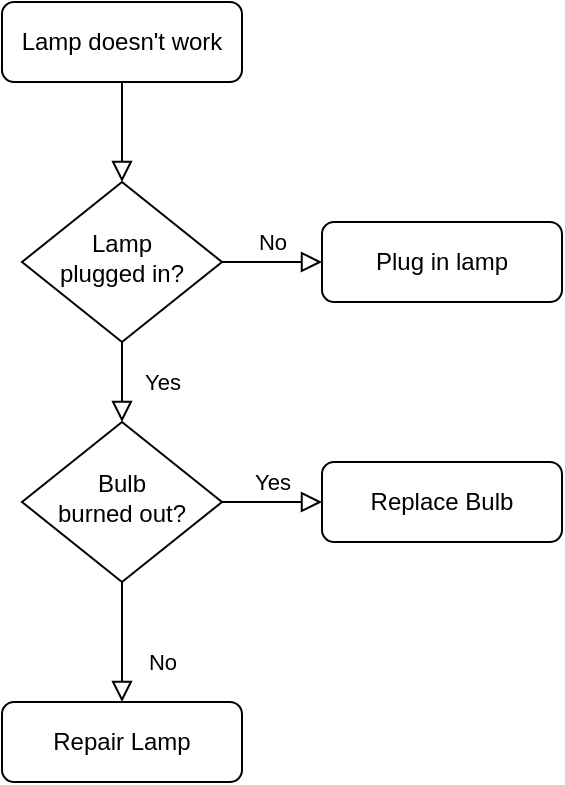
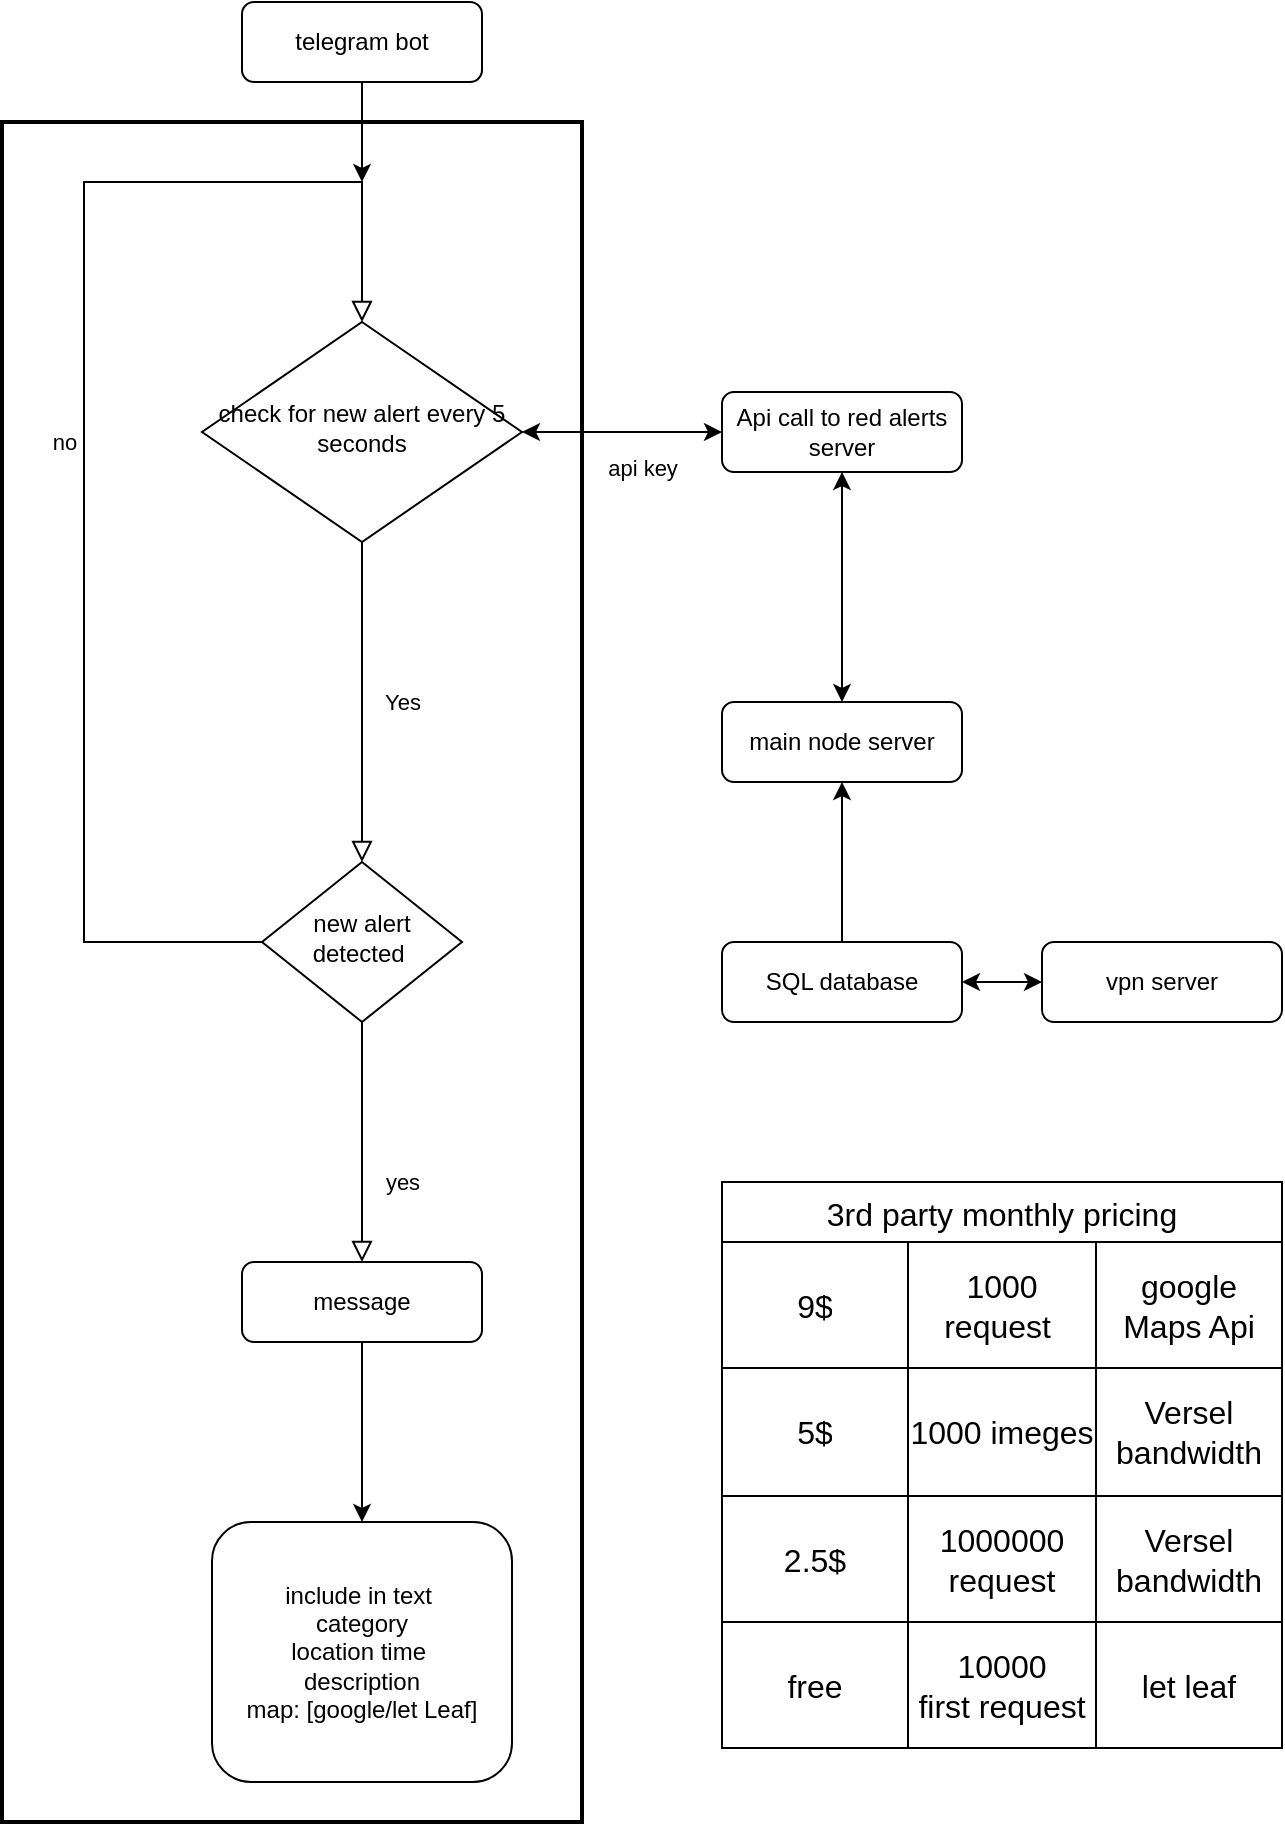
<mxfile host="app.diagrams.net" agent="Mozilla/5.0 (Windows NT 10.0; Win64; x64) AppleWebKit/537.36 (KHTML, like Gecko) Chrome/130.0.0.0 Safari/537.36 Edg/130.0.0.0" version="24.8.0">
  <diagram id="C5RBs43oDa-KdzZeNtuy" name="Page-1">
-     <mxGraphModel dx="1223" dy="898" grid="1" gridSize="10" guides="1" tooltips="1" connect="1" arrows="1" fold="1" page="1" pageScale="1" pageWidth="827" pageHeight="1169" math="0" shadow="0">
+     <mxGraphModel dx="1722" dy="923" grid="1" gridSize="10" guides="1" tooltips="1" connect="1" arrows="1" fold="1" page="1" pageScale="1" pageWidth="827" pageHeight="1169" math="0" shadow="0">
      <root>
        <mxCell id="WIyWlLk6GJQsqaUBKTNV-0" />
        <mxCell id="WIyWlLk6GJQsqaUBKTNV-1" parent="WIyWlLk6GJQsqaUBKTNV-0" />
-         <mxCell id="WIyWlLk6GJQsqaUBKTNV-2" value="" style="rounded=0;html=1;jettySize=auto;orthogonalLoop=1;fontSize=11;endArrow=block;endFill=0;endSize=8;strokeWidth=1;shadow=0;labelBackgroundColor=none;edgeStyle=orthogonalEdgeStyle;" parent="WIyWlLk6GJQsqaUBKTNV-1" source="WIyWlLk6GJQsqaUBKTNV-3" target="WIyWlLk6GJQsqaUBKTNV-6" edge="1">
-           <mxGeometry relative="1" as="geometry" />
-         </mxCell>
-         <mxCell id="WIyWlLk6GJQsqaUBKTNV-3" value="Lamp doesn&#39;t work" style="rounded=1;whiteSpace=wrap;html=1;fontSize=12;glass=0;strokeWidth=1;shadow=0;" parent="WIyWlLk6GJQsqaUBKTNV-1" vertex="1">
-           <mxGeometry x="160" y="80" width="120" height="40" as="geometry" />
+         <mxCell id="WIyWlLk6GJQsqaUBKTNV-3" value="include in text&amp;nbsp;&lt;br&gt;category&lt;div&gt;location time&amp;nbsp;&lt;br&gt;description&lt;br&gt;map: [google/let Leaf]&lt;/div&gt;" style="rounded=1;whiteSpace=wrap;html=1;fontSize=12;glass=0;strokeWidth=1;shadow=0;" parent="WIyWlLk6GJQsqaUBKTNV-1" vertex="1">
+           <mxGeometry x="145" y="770" width="150" height="130" as="geometry" />
        </mxCell>
        <mxCell id="WIyWlLk6GJQsqaUBKTNV-4" value="Yes" style="rounded=0;html=1;jettySize=auto;orthogonalLoop=1;fontSize=11;endArrow=block;endFill=0;endSize=8;strokeWidth=1;shadow=0;labelBackgroundColor=none;edgeStyle=orthogonalEdgeStyle;" parent="WIyWlLk6GJQsqaUBKTNV-1" source="WIyWlLk6GJQsqaUBKTNV-6" target="WIyWlLk6GJQsqaUBKTNV-10" edge="1">
          <mxGeometry y="20" relative="1" as="geometry">
            <mxPoint as="offset" />
          </mxGeometry>
        </mxCell>
-         <mxCell id="WIyWlLk6GJQsqaUBKTNV-5" value="No" style="edgeStyle=orthogonalEdgeStyle;rounded=0;html=1;jettySize=auto;orthogonalLoop=1;fontSize=11;endArrow=block;endFill=0;endSize=8;strokeWidth=1;shadow=0;labelBackgroundColor=none;" parent="WIyWlLk6GJQsqaUBKTNV-1" source="WIyWlLk6GJQsqaUBKTNV-6" target="WIyWlLk6GJQsqaUBKTNV-7" edge="1">
-           <mxGeometry y="10" relative="1" as="geometry">
-             <mxPoint as="offset" />
-           </mxGeometry>
+         <mxCell id="WIyWlLk6GJQsqaUBKTNV-6" value="check for new alert every 5 seconds" style="rhombus;whiteSpace=wrap;html=1;shadow=0;fontFamily=Helvetica;fontSize=12;align=center;strokeWidth=1;spacing=6;spacingTop=-4;" parent="WIyWlLk6GJQsqaUBKTNV-1" vertex="1">
+           <mxGeometry x="140" y="170" width="160" height="110" as="geometry" />
        </mxCell>
-         <mxCell id="WIyWlLk6GJQsqaUBKTNV-6" value="Lamp&lt;br&gt;plugged in?" style="rhombus;whiteSpace=wrap;html=1;shadow=0;fontFamily=Helvetica;fontSize=12;align=center;strokeWidth=1;spacing=6;spacingTop=-4;" parent="WIyWlLk6GJQsqaUBKTNV-1" vertex="1">
-           <mxGeometry x="170" y="170" width="100" height="80" as="geometry" />
+         <mxCell id="WIyWlLk6GJQsqaUBKTNV-7" value="Api call to red alerts server" style="rounded=1;whiteSpace=wrap;html=1;fontSize=12;glass=0;strokeWidth=1;shadow=0;" parent="WIyWlLk6GJQsqaUBKTNV-1" vertex="1">
+           <mxGeometry x="400" y="205" width="120" height="40" as="geometry" />
        </mxCell>
-         <mxCell id="WIyWlLk6GJQsqaUBKTNV-7" value="Plug in lamp" style="rounded=1;whiteSpace=wrap;html=1;fontSize=12;glass=0;strokeWidth=1;shadow=0;" parent="WIyWlLk6GJQsqaUBKTNV-1" vertex="1">
-           <mxGeometry x="320" y="190" width="120" height="40" as="geometry" />
-         </mxCell>
-         <mxCell id="WIyWlLk6GJQsqaUBKTNV-8" value="No" style="rounded=0;html=1;jettySize=auto;orthogonalLoop=1;fontSize=11;endArrow=block;endFill=0;endSize=8;strokeWidth=1;shadow=0;labelBackgroundColor=none;edgeStyle=orthogonalEdgeStyle;" parent="WIyWlLk6GJQsqaUBKTNV-1" source="WIyWlLk6GJQsqaUBKTNV-10" target="WIyWlLk6GJQsqaUBKTNV-11" edge="1">
+         <mxCell id="WIyWlLk6GJQsqaUBKTNV-8" value="yes" style="rounded=0;html=1;jettySize=auto;orthogonalLoop=1;fontSize=11;endArrow=block;endFill=0;endSize=8;strokeWidth=1;shadow=0;labelBackgroundColor=none;edgeStyle=orthogonalEdgeStyle;" parent="WIyWlLk6GJQsqaUBKTNV-1" source="WIyWlLk6GJQsqaUBKTNV-10" target="WIyWlLk6GJQsqaUBKTNV-11" edge="1">
          <mxGeometry x="0.3333" y="20" relative="1" as="geometry">
            <mxPoint as="offset" />
          </mxGeometry>
        </mxCell>
-         <mxCell id="WIyWlLk6GJQsqaUBKTNV-9" value="Yes" style="edgeStyle=orthogonalEdgeStyle;rounded=0;html=1;jettySize=auto;orthogonalLoop=1;fontSize=11;endArrow=block;endFill=0;endSize=8;strokeWidth=1;shadow=0;labelBackgroundColor=none;" parent="WIyWlLk6GJQsqaUBKTNV-1" source="WIyWlLk6GJQsqaUBKTNV-10" target="WIyWlLk6GJQsqaUBKTNV-12" edge="1">
+         <mxCell id="WIyWlLk6GJQsqaUBKTNV-9" value="no" style="edgeStyle=orthogonalEdgeStyle;rounded=0;html=1;jettySize=auto;orthogonalLoop=1;fontSize=11;endArrow=block;endFill=0;endSize=8;strokeWidth=1;shadow=0;labelBackgroundColor=none;entryX=0.5;entryY=0;entryDx=0;entryDy=0;" parent="WIyWlLk6GJQsqaUBKTNV-1" source="WIyWlLk6GJQsqaUBKTNV-10" target="WIyWlLk6GJQsqaUBKTNV-6" edge="1">
          <mxGeometry y="10" relative="1" as="geometry">
            <mxPoint as="offset" />
+             <mxPoint x="-30" y="480" as="sourcePoint" />
+             <mxPoint x="80" y="120" as="targetPoint" />
+             <Array as="points">
+               <mxPoint x="81" y="480" />
+               <mxPoint x="81" y="100" />
+               <mxPoint x="220" y="100" />
+             </Array>
          </mxGeometry>
        </mxCell>
-         <mxCell id="WIyWlLk6GJQsqaUBKTNV-10" value="Bulb&lt;br&gt;burned out?" style="rhombus;whiteSpace=wrap;html=1;shadow=0;fontFamily=Helvetica;fontSize=12;align=center;strokeWidth=1;spacing=6;spacingTop=-4;" parent="WIyWlLk6GJQsqaUBKTNV-1" vertex="1">
-           <mxGeometry x="170" y="290" width="100" height="80" as="geometry" />
+         <mxCell id="WIyWlLk6GJQsqaUBKTNV-10" value="new alert detected&amp;nbsp;" style="rhombus;whiteSpace=wrap;html=1;shadow=0;fontFamily=Helvetica;fontSize=12;align=center;strokeWidth=1;spacing=6;spacingTop=-4;" parent="WIyWlLk6GJQsqaUBKTNV-1" vertex="1">
+           <mxGeometry x="170" y="440" width="100" height="80" as="geometry" />
        </mxCell>
-         <mxCell id="WIyWlLk6GJQsqaUBKTNV-11" value="Repair Lamp" style="rounded=1;whiteSpace=wrap;html=1;fontSize=12;glass=0;strokeWidth=1;shadow=0;" parent="WIyWlLk6GJQsqaUBKTNV-1" vertex="1">
-           <mxGeometry x="160" y="430" width="120" height="40" as="geometry" />
+         <mxCell id="WIyWlLk6GJQsqaUBKTNV-11" value="message" style="rounded=1;whiteSpace=wrap;html=1;fontSize=12;glass=0;strokeWidth=1;shadow=0;" parent="WIyWlLk6GJQsqaUBKTNV-1" vertex="1">
+           <mxGeometry x="160" y="640" width="120" height="40" as="geometry" />
        </mxCell>
-         <mxCell id="WIyWlLk6GJQsqaUBKTNV-12" value="Replace Bulb" style="rounded=1;whiteSpace=wrap;html=1;fontSize=12;glass=0;strokeWidth=1;shadow=0;" parent="WIyWlLk6GJQsqaUBKTNV-1" vertex="1">
-           <mxGeometry x="320" y="310" width="120" height="40" as="geometry" />
+         <mxCell id="o7Rr8U4E7YIT74kEeJYw-4" style="edgeStyle=orthogonalEdgeStyle;rounded=0;orthogonalLoop=1;jettySize=auto;html=1;" edge="1" parent="WIyWlLk6GJQsqaUBKTNV-1" source="o7Rr8U4E7YIT74kEeJYw-0">
+           <mxGeometry relative="1" as="geometry">
+             <mxPoint x="220" y="100" as="targetPoint" />
+           </mxGeometry>
+         </mxCell>
+         <mxCell id="o7Rr8U4E7YIT74kEeJYw-0" value="telegram bot" style="rounded=1;whiteSpace=wrap;html=1;fontSize=12;glass=0;strokeWidth=1;shadow=0;" vertex="1" parent="WIyWlLk6GJQsqaUBKTNV-1">
+           <mxGeometry x="160" y="10" width="120" height="40" as="geometry" />
+         </mxCell>
+         <mxCell id="o7Rr8U4E7YIT74kEeJYw-1" value="" style="endArrow=classic;html=1;rounded=0;exitX=0.5;exitY=1;exitDx=0;exitDy=0;entryX=0.5;entryY=0;entryDx=0;entryDy=0;" edge="1" parent="WIyWlLk6GJQsqaUBKTNV-1" source="WIyWlLk6GJQsqaUBKTNV-11" target="WIyWlLk6GJQsqaUBKTNV-3">
+           <mxGeometry width="50" height="50" relative="1" as="geometry">
+             <mxPoint x="390" y="570" as="sourcePoint" />
+             <mxPoint x="440" y="520" as="targetPoint" />
+           </mxGeometry>
+         </mxCell>
+         <mxCell id="o7Rr8U4E7YIT74kEeJYw-2" value="" style="endArrow=classic;startArrow=classic;html=1;rounded=0;entryX=1;entryY=0.5;entryDx=0;entryDy=0;exitX=0;exitY=0.5;exitDx=0;exitDy=0;" edge="1" parent="WIyWlLk6GJQsqaUBKTNV-1" source="WIyWlLk6GJQsqaUBKTNV-7" target="WIyWlLk6GJQsqaUBKTNV-6">
+           <mxGeometry width="50" height="50" relative="1" as="geometry">
+             <mxPoint x="390" y="570" as="sourcePoint" />
+             <mxPoint x="440" y="520" as="targetPoint" />
+           </mxGeometry>
+         </mxCell>
+         <mxCell id="o7Rr8U4E7YIT74kEeJYw-15" value="api key" style="edgeLabel;html=1;align=center;verticalAlign=middle;resizable=0;points=[];" vertex="1" connectable="0" parent="o7Rr8U4E7YIT74kEeJYw-2">
+           <mxGeometry x="-0.3756" y="4" relative="1" as="geometry">
+             <mxPoint x="-9" y="14" as="offset" />
+           </mxGeometry>
+         </mxCell>
+         <mxCell id="o7Rr8U4E7YIT74kEeJYw-9" style="edgeStyle=orthogonalEdgeStyle;rounded=0;orthogonalLoop=1;jettySize=auto;html=1;entryX=0.5;entryY=1;entryDx=0;entryDy=0;" edge="1" parent="WIyWlLk6GJQsqaUBKTNV-1" source="o7Rr8U4E7YIT74kEeJYw-3" target="o7Rr8U4E7YIT74kEeJYw-5">
+           <mxGeometry relative="1" as="geometry" />
+         </mxCell>
+         <mxCell id="o7Rr8U4E7YIT74kEeJYw-3" value="SQL database" style="rounded=1;whiteSpace=wrap;html=1;fontSize=12;glass=0;strokeWidth=1;shadow=0;" vertex="1" parent="WIyWlLk6GJQsqaUBKTNV-1">
+           <mxGeometry x="400" y="480" width="120" height="40" as="geometry" />
+         </mxCell>
+         <mxCell id="o7Rr8U4E7YIT74kEeJYw-5" value="main node server" style="rounded=1;whiteSpace=wrap;html=1;fontSize=12;glass=0;strokeWidth=1;shadow=0;" vertex="1" parent="WIyWlLk6GJQsqaUBKTNV-1">
+           <mxGeometry x="400" y="360" width="120" height="40" as="geometry" />
+         </mxCell>
+         <mxCell id="o7Rr8U4E7YIT74kEeJYw-8" value="" style="endArrow=classic;startArrow=classic;html=1;rounded=0;entryX=0.5;entryY=1;entryDx=0;entryDy=0;exitX=0.5;exitY=0;exitDx=0;exitDy=0;" edge="1" parent="WIyWlLk6GJQsqaUBKTNV-1" source="o7Rr8U4E7YIT74kEeJYw-5" target="WIyWlLk6GJQsqaUBKTNV-7">
+           <mxGeometry width="50" height="50" relative="1" as="geometry">
+             <mxPoint x="370" y="235" as="sourcePoint" />
+             <mxPoint x="310" y="235" as="targetPoint" />
+           </mxGeometry>
+         </mxCell>
+         <mxCell id="o7Rr8U4E7YIT74kEeJYw-12" value="" style="strokeWidth=2;html=1;shape=mxgraph.flowchart.annotation_1;align=left;pointerEvents=1;" vertex="1" parent="WIyWlLk6GJQsqaUBKTNV-1">
+           <mxGeometry x="40" y="70" width="280" height="850" as="geometry" />
+         </mxCell>
+         <mxCell id="o7Rr8U4E7YIT74kEeJYw-13" value="" style="strokeWidth=2;html=1;shape=mxgraph.flowchart.annotation_1;align=left;pointerEvents=1;direction=west;" vertex="1" parent="WIyWlLk6GJQsqaUBKTNV-1">
+           <mxGeometry x="200" y="70" width="130" height="850" as="geometry" />
+         </mxCell>
+         <mxCell id="o7Rr8U4E7YIT74kEeJYw-16" value="vpn server" style="rounded=1;whiteSpace=wrap;html=1;fontSize=12;glass=0;strokeWidth=1;shadow=0;" vertex="1" parent="WIyWlLk6GJQsqaUBKTNV-1">
+           <mxGeometry x="560" y="480" width="120" height="40" as="geometry" />
+         </mxCell>
+         <mxCell id="o7Rr8U4E7YIT74kEeJYw-17" value="" style="endArrow=classic;startArrow=classic;html=1;rounded=0;entryX=0;entryY=0.5;entryDx=0;entryDy=0;exitX=1;exitY=0.5;exitDx=0;exitDy=0;" edge="1" parent="WIyWlLk6GJQsqaUBKTNV-1" source="o7Rr8U4E7YIT74kEeJYw-3" target="o7Rr8U4E7YIT74kEeJYw-16">
+           <mxGeometry width="50" height="50" relative="1" as="geometry">
+             <mxPoint x="390" y="220" as="sourcePoint" />
+             <mxPoint x="440" y="170" as="targetPoint" />
+           </mxGeometry>
+         </mxCell>
+         <mxCell id="o7Rr8U4E7YIT74kEeJYw-18" value="3rd party monthly pricing" style="shape=table;startSize=30;container=1;collapsible=0;childLayout=tableLayout;strokeColor=default;fontSize=16;" vertex="1" parent="WIyWlLk6GJQsqaUBKTNV-1">
+           <mxGeometry x="400" y="600" width="280" height="283" as="geometry" />
+         </mxCell>
+         <mxCell id="o7Rr8U4E7YIT74kEeJYw-19" value="" style="shape=tableRow;horizontal=0;startSize=0;swimlaneHead=0;swimlaneBody=0;strokeColor=inherit;top=0;left=0;bottom=0;right=0;collapsible=0;dropTarget=0;fillColor=none;points=[[0,0.5],[1,0.5]];portConstraint=eastwest;fontSize=16;" vertex="1" parent="o7Rr8U4E7YIT74kEeJYw-18">
+           <mxGeometry y="30" width="280" height="63" as="geometry" />
+         </mxCell>
+         <mxCell id="o7Rr8U4E7YIT74kEeJYw-20" value="9$" style="shape=partialRectangle;html=1;whiteSpace=wrap;connectable=0;strokeColor=inherit;overflow=hidden;fillColor=none;top=0;left=0;bottom=0;right=0;pointerEvents=1;fontSize=16;" vertex="1" parent="o7Rr8U4E7YIT74kEeJYw-19">
+           <mxGeometry width="93" height="63" as="geometry">
+             <mxRectangle width="93" height="63" as="alternateBounds" />
+           </mxGeometry>
+         </mxCell>
+         <mxCell id="o7Rr8U4E7YIT74kEeJYw-21" value="1000 request&amp;nbsp;" style="shape=partialRectangle;html=1;whiteSpace=wrap;connectable=0;strokeColor=inherit;overflow=hidden;fillColor=none;top=0;left=0;bottom=0;right=0;pointerEvents=1;fontSize=16;" vertex="1" parent="o7Rr8U4E7YIT74kEeJYw-19">
+           <mxGeometry x="93" width="94" height="63" as="geometry">
+             <mxRectangle width="94" height="63" as="alternateBounds" />
+           </mxGeometry>
+         </mxCell>
+         <mxCell id="o7Rr8U4E7YIT74kEeJYw-22" value="google Maps Api" style="shape=partialRectangle;html=1;whiteSpace=wrap;connectable=0;strokeColor=inherit;overflow=hidden;fillColor=none;top=0;left=0;bottom=0;right=0;pointerEvents=1;fontSize=16;" vertex="1" parent="o7Rr8U4E7YIT74kEeJYw-19">
+           <mxGeometry x="187" width="93" height="63" as="geometry">
+             <mxRectangle width="93" height="63" as="alternateBounds" />
+           </mxGeometry>
+         </mxCell>
+         <mxCell id="o7Rr8U4E7YIT74kEeJYw-23" value="" style="shape=tableRow;horizontal=0;startSize=0;swimlaneHead=0;swimlaneBody=0;strokeColor=inherit;top=0;left=0;bottom=0;right=0;collapsible=0;dropTarget=0;fillColor=none;points=[[0,0.5],[1,0.5]];portConstraint=eastwest;fontSize=16;" vertex="1" parent="o7Rr8U4E7YIT74kEeJYw-18">
+           <mxGeometry y="93" width="280" height="64" as="geometry" />
+         </mxCell>
+         <mxCell id="o7Rr8U4E7YIT74kEeJYw-24" value="5$" style="shape=partialRectangle;html=1;whiteSpace=wrap;connectable=0;strokeColor=inherit;overflow=hidden;fillColor=none;top=0;left=0;bottom=0;right=0;pointerEvents=1;fontSize=16;" vertex="1" parent="o7Rr8U4E7YIT74kEeJYw-23">
+           <mxGeometry width="93" height="64" as="geometry">
+             <mxRectangle width="93" height="64" as="alternateBounds" />
+           </mxGeometry>
+         </mxCell>
+         <mxCell id="o7Rr8U4E7YIT74kEeJYw-25" value="1000 imeges" style="shape=partialRectangle;html=1;whiteSpace=wrap;connectable=0;strokeColor=inherit;overflow=hidden;fillColor=none;top=0;left=0;bottom=0;right=0;pointerEvents=1;fontSize=16;" vertex="1" parent="o7Rr8U4E7YIT74kEeJYw-23">
+           <mxGeometry x="93" width="94" height="64" as="geometry">
+             <mxRectangle width="94" height="64" as="alternateBounds" />
+           </mxGeometry>
+         </mxCell>
+         <mxCell id="o7Rr8U4E7YIT74kEeJYw-26" value="Versel&lt;br&gt;bandwidth" style="shape=partialRectangle;html=1;whiteSpace=wrap;connectable=0;strokeColor=inherit;overflow=hidden;fillColor=none;top=0;left=0;bottom=0;right=0;pointerEvents=1;fontSize=16;" vertex="1" parent="o7Rr8U4E7YIT74kEeJYw-23">
+           <mxGeometry x="187" width="93" height="64" as="geometry">
+             <mxRectangle width="93" height="64" as="alternateBounds" />
+           </mxGeometry>
+         </mxCell>
+         <mxCell id="o7Rr8U4E7YIT74kEeJYw-27" value="" style="shape=tableRow;horizontal=0;startSize=0;swimlaneHead=0;swimlaneBody=0;strokeColor=inherit;top=0;left=0;bottom=0;right=0;collapsible=0;dropTarget=0;fillColor=none;points=[[0,0.5],[1,0.5]];portConstraint=eastwest;fontSize=16;" vertex="1" parent="o7Rr8U4E7YIT74kEeJYw-18">
+           <mxGeometry y="157" width="280" height="63" as="geometry" />
+         </mxCell>
+         <mxCell id="o7Rr8U4E7YIT74kEeJYw-28" value="2.5$" style="shape=partialRectangle;html=1;whiteSpace=wrap;connectable=0;strokeColor=inherit;overflow=hidden;fillColor=none;top=0;left=0;bottom=0;right=0;pointerEvents=1;fontSize=16;" vertex="1" parent="o7Rr8U4E7YIT74kEeJYw-27">
+           <mxGeometry width="93" height="63" as="geometry">
+             <mxRectangle width="93" height="63" as="alternateBounds" />
+           </mxGeometry>
+         </mxCell>
+         <mxCell id="o7Rr8U4E7YIT74kEeJYw-29" value="1000000&lt;br&gt;request" style="shape=partialRectangle;html=1;whiteSpace=wrap;connectable=0;strokeColor=inherit;overflow=hidden;fillColor=none;top=0;left=0;bottom=0;right=0;pointerEvents=1;fontSize=16;" vertex="1" parent="o7Rr8U4E7YIT74kEeJYw-27">
+           <mxGeometry x="93" width="94" height="63" as="geometry">
+             <mxRectangle width="94" height="63" as="alternateBounds" />
+           </mxGeometry>
+         </mxCell>
+         <mxCell id="o7Rr8U4E7YIT74kEeJYw-30" value="Versel&lt;br&gt;bandwidth" style="shape=partialRectangle;html=1;whiteSpace=wrap;connectable=0;strokeColor=inherit;overflow=hidden;fillColor=none;top=0;left=0;bottom=0;right=0;pointerEvents=1;fontSize=16;" vertex="1" parent="o7Rr8U4E7YIT74kEeJYw-27">
+           <mxGeometry x="187" width="93" height="63" as="geometry">
+             <mxRectangle width="93" height="63" as="alternateBounds" />
+           </mxGeometry>
+         </mxCell>
+         <mxCell id="o7Rr8U4E7YIT74kEeJYw-31" style="shape=tableRow;horizontal=0;startSize=0;swimlaneHead=0;swimlaneBody=0;strokeColor=inherit;top=0;left=0;bottom=0;right=0;collapsible=0;dropTarget=0;fillColor=none;points=[[0,0.5],[1,0.5]];portConstraint=eastwest;fontSize=16;" vertex="1" parent="o7Rr8U4E7YIT74kEeJYw-18">
+           <mxGeometry y="220" width="280" height="63" as="geometry" />
+         </mxCell>
+         <mxCell id="o7Rr8U4E7YIT74kEeJYw-32" value="free" style="shape=partialRectangle;html=1;whiteSpace=wrap;connectable=0;strokeColor=inherit;overflow=hidden;fillColor=none;top=0;left=0;bottom=0;right=0;pointerEvents=1;fontSize=16;" vertex="1" parent="o7Rr8U4E7YIT74kEeJYw-31">
+           <mxGeometry width="93" height="63" as="geometry">
+             <mxRectangle width="93" height="63" as="alternateBounds" />
+           </mxGeometry>
+         </mxCell>
+         <mxCell id="o7Rr8U4E7YIT74kEeJYw-33" value="10000&lt;br&gt;first request" style="shape=partialRectangle;html=1;whiteSpace=wrap;connectable=0;strokeColor=inherit;overflow=hidden;fillColor=none;top=0;left=0;bottom=0;right=0;pointerEvents=1;fontSize=16;" vertex="1" parent="o7Rr8U4E7YIT74kEeJYw-31">
+           <mxGeometry x="93" width="94" height="63" as="geometry">
+             <mxRectangle width="94" height="63" as="alternateBounds" />
+           </mxGeometry>
+         </mxCell>
+         <mxCell id="o7Rr8U4E7YIT74kEeJYw-34" value="let leaf" style="shape=partialRectangle;html=1;whiteSpace=wrap;connectable=0;strokeColor=inherit;overflow=hidden;fillColor=none;top=0;left=0;bottom=0;right=0;pointerEvents=1;fontSize=16;" vertex="1" parent="o7Rr8U4E7YIT74kEeJYw-31">
+           <mxGeometry x="187" width="93" height="63" as="geometry">
+             <mxRectangle width="93" height="63" as="alternateBounds" />
+           </mxGeometry>
        </mxCell>
      </root>
    </mxGraphModel>
  </diagram>
</mxfile>
